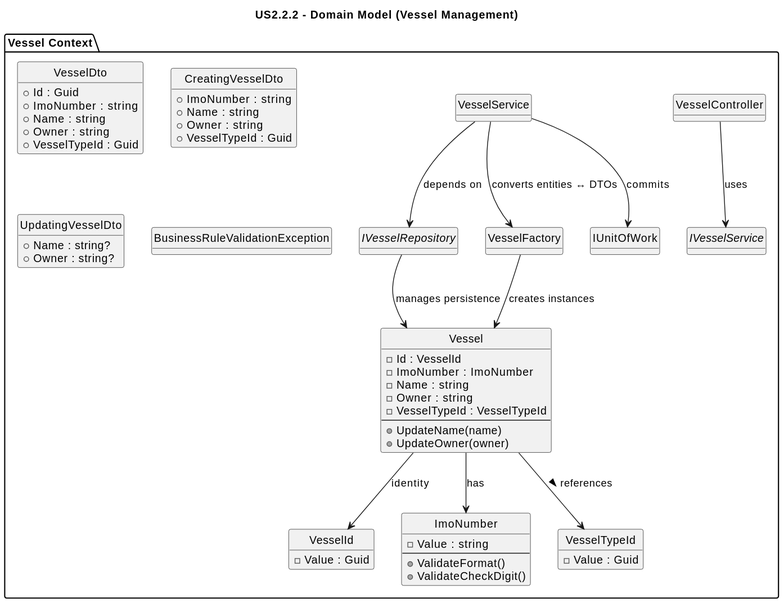
This is docs/planning/Sprint1/Back-end-Module(s)/US-222/02.analysis/puml/us2.2.2-domain-model.svg from SAEmanuel/Sustainable_Port_Logistics_ISEP, a PlantUML export, as it was before one commit.
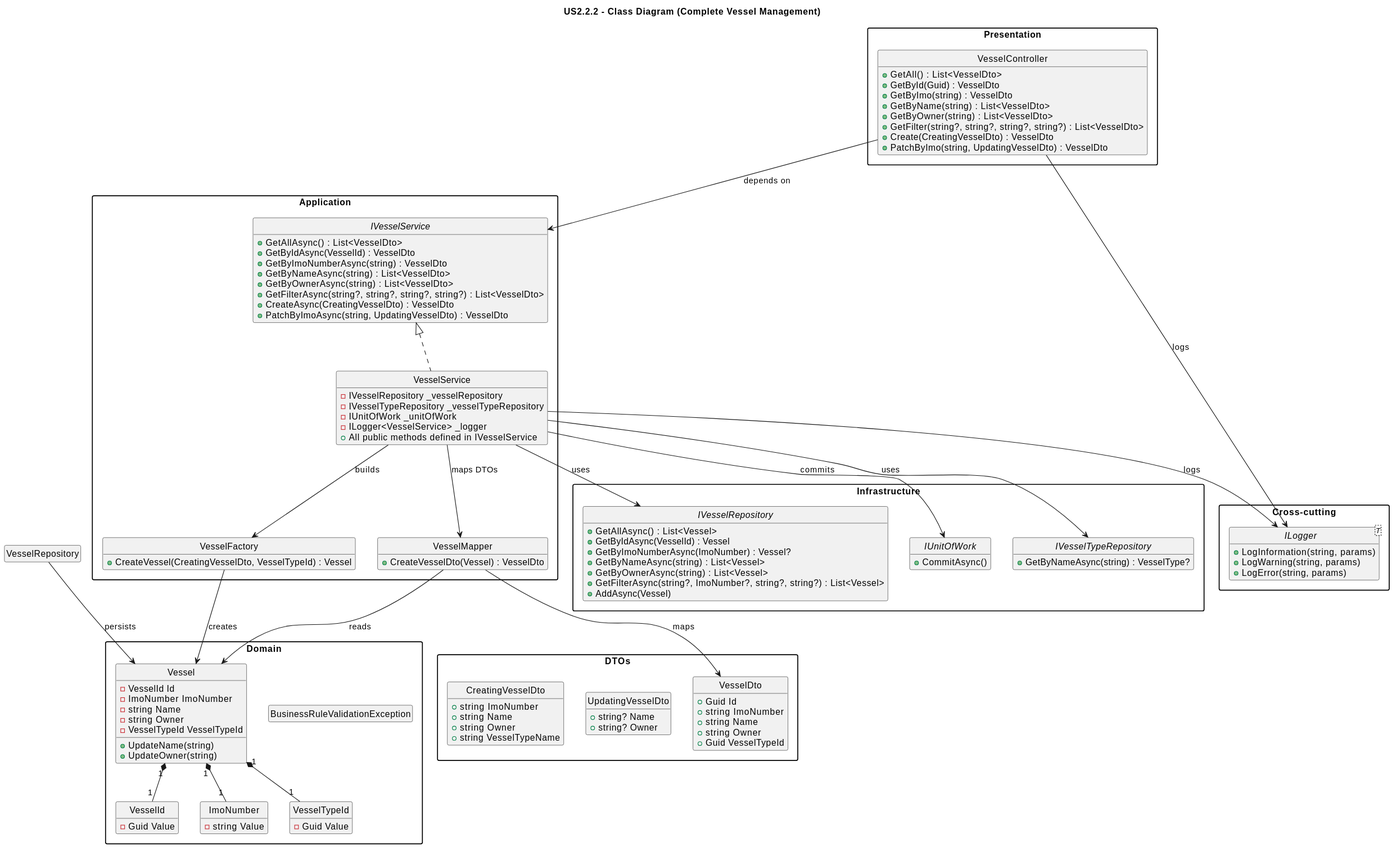
Later version of the same file.

The edit, as a diff of the source:
```diff
@@ -1,119 +1,146 @@
 @startuml
 
-skinparam monochrome true
+skinparam packageStyle rectangle
 skinparam shadowing false
-hide methods
 hide circle
+hide empty members
 
-title US2.2.2 - Domain Model (Vessel Management)
+title US2.2.2 - Class Diagram (Complete Vessel Management)
 
-package "Vessel Context" as VC {
+package "Domain" {
+  class Vessel {
+    - VesselId Id
+    - ImoNumber ImoNumber
+    - string Name
+    - string Owner
+    - VesselTypeId VesselTypeId
+    + UpdateName(string)
+    + UpdateOwner(string)
+  }
 
-    class Vessel {
-        - Id : VesselId
-        - ImoNumber : ImoNumber
-        - Name : string
-        - Owner : string
-        - VesselTypeId : VesselTypeId
-        --
-        + UpdateName(name)
-        + UpdateOwner(owner)
-    }
+  class VesselId {
+    - Guid Value
+  }
 
-    class VesselId {
-        - Value : Guid
-    }
+  class ImoNumber {
+    - string Value
+  }
 
-    class ImoNumber {
-        - Value : string
-        --
-        + ValidateFormat()
-        + ValidateCheckDigit()
-    }
+  class VesselTypeId {
+    - Guid Value
+  }
 
-    class VesselTypeId {
-        - Value : Guid
-    }
-
-    class VesselDto {
-        + Id : Guid
-        + ImoNumber : string
-        + Name : string
-        + Owner : string
-        + VesselTypeId : Guid
-    }
-
-    class CreatingVesselDto {
-        + ImoNumber : string
-        + Name : string
-        + Owner : string
-        + VesselTypeId : Guid
-    }
-
-    class UpdatingVesselDto {
-        + Name : string?
-        + Owner : string?
-    }
-
-    interface IVesselRepository {
-        + GetAllAsync()
-        + GetByIdAsync(id)
-        + GetByImoNumberAsync(imo)
-        + GetByNameAsync(name)
-        + GetByOwnerAsync(owner)
-        + GetFilterAsync(name, imo, owner, query)
-        + AddAsync(entity)
-    }
-
-    interface IVesselService {
-        + GetAllAsync()
-        + GetByIdAsync(id)
-        + GetByImoNumberAsync(imo)
-        + GetByNameAsync(name)
-        + GetByOwnerAsync(owner)
-        + GetFilterAsync(name, imo, owner, query)
-        + CreateAsync(dto)
-        + PatchByImoAsync(imo, dto)
-    }
-
-    class VesselService {
-        + GetAllAsync()
-        + GetByIdAsync(id)
-        + CreateAsync(dto)
-        + GetByImoNumberAsync(imo)
-        + GetByNameAsync(name)
-        + GetByOwnerAsync(owner)
-        + GetFilterAsync(name, imo, owner, query)
-        + PatchByImoAsync(imo, dto)
-    }
-
-    class VesselFactory {
-        + CreateVessel(dto)
-        + CreateVesselDto(entity)
-    }
-
-    class VesselController {
-        + GetAll()
-        + GetById(id)
-        + GetByImo(imo)
-        + GetByName(name)
-        + GetByOwner(owner)
-        + GetFilter(name, imo, owner, query)
-        + Create(dto)
-        + PatchByImo(imo, dto)
-    }
-
-    class BusinessRuleValidationException
-    class IUnitOfWork
+  class BusinessRuleValidationException
 }
 
-VesselController --> IVesselService : uses
-VesselService --> IVesselRepository : depends on
+package "DTOs" {
+  class CreatingVesselDto {
+    + string ImoNumber
+    + string Name
+    + string Owner
+    + string VesselTypeName
+  }
+
+  class UpdatingVesselDto {
+    + string? Name
+    + string? Owner
+  }
+
+  class VesselDto {
+    + Guid Id
+    + string ImoNumber
+    + string Name
+    + string Owner
+    + Guid VesselTypeId
+  }
+}
+
+package "Application" {
+  interface IVesselService {
+    + GetAllAsync() : List<VesselDto>
+    + GetByIdAsync(VesselId) : VesselDto
+    + GetByImoNumberAsync(string) : VesselDto
+    + GetByNameAsync(string) : List<VesselDto>
+    + GetByOwnerAsync(string) : List<VesselDto>
+    + GetFilterAsync(string?, string?, string?, string?) : List<VesselDto>
+    + CreateAsync(CreatingVesselDto) : VesselDto
+    + PatchByImoAsync(string, UpdatingVesselDto) : VesselDto
+  }
+
+  class VesselService implements IVesselService {
+    - IVesselRepository _vesselRepository
+    - IVesselTypeRepository _vesselTypeRepository
+    - IUnitOfWork _unitOfWork
+    - ILogger<VesselService> _logger
+    + All public methods defined in IVesselService
+  }
+
+  class VesselFactory {
+    + CreateVessel(CreatingVesselDto, VesselTypeId) : Vessel
+  }
+
+  class VesselMapper {
+    + CreateVesselDto(Vessel) : VesselDto
+  }
+}
+
+package "Infrastructure" {
+  interface IVesselRepository {
+    + GetAllAsync() : List<Vessel>
+    + GetByIdAsync(VesselId) : Vessel
+    + GetByImoNumberAsync(ImoNumber) : Vessel?
+    + GetByNameAsync(string) : List<Vessel>
+    + GetByOwnerAsync(string) : List<Vessel>
+    + GetFilterAsync(string?, ImoNumber?, string?, string?) : List<Vessel>
+    + AddAsync(Vessel)
+  }
+
+  interface IUnitOfWork {
+    + CommitAsync()
+  }
+
+  interface IVesselTypeRepository {
+    + GetByNameAsync(string) : VesselType?
+  }
+}
+
+package "Presentation" {
+  class VesselController {
+    + GetAll() : List<VesselDto>
+    + GetById(Guid) : VesselDto
+    + GetByImo(string) : VesselDto
+    + GetByName(string) : List<VesselDto>
+    + GetByOwner(string) : List<VesselDto>
+    + GetFilter(string?, string?, string?, string?) : List<VesselDto>
+    + Create(CreatingVesselDto) : VesselDto
+    + PatchByImo(string, UpdatingVesselDto) : VesselDto
+  }
+}
+
+package "Cross-cutting" {
+  interface ILogger<T> {
+    + LogInformation(string, params)
+    + LogWarning(string, params)
+    + LogError(string, params)
+  }
+}
+
+Vessel "1" *-- "1" VesselId
+Vessel "1" *-- "1" ImoNumber
+Vessel "1" *-- "1" VesselTypeId
+
+VesselService --> IVesselRepository : uses
+VesselService --> IVesselTypeRepository : uses
 VesselService --> IUnitOfWork : commits
-VesselService --> VesselFactory : converts entities ↔ DTOs
-VesselFactory --> Vessel : creates instances
-Vessel --> VesselId : identity
-Vessel --> ImoNumber : has
-Vessel --> VesselTypeId : references >
-IVesselRepository --> Vessel : manages persistence
+VesselService --> VesselFactory : builds
+VesselService --> VesselMapper : maps DTOs
+VesselService --> ILogger : logs
+
+VesselController --> IVesselService : depends on
+VesselController --> ILogger : logs
+
+VesselRepository --> Vessel : persists
+VesselFactory --> Vessel : creates
+VesselMapper --> VesselDto : maps
+VesselMapper --> Vessel : reads
 @enduml
```
